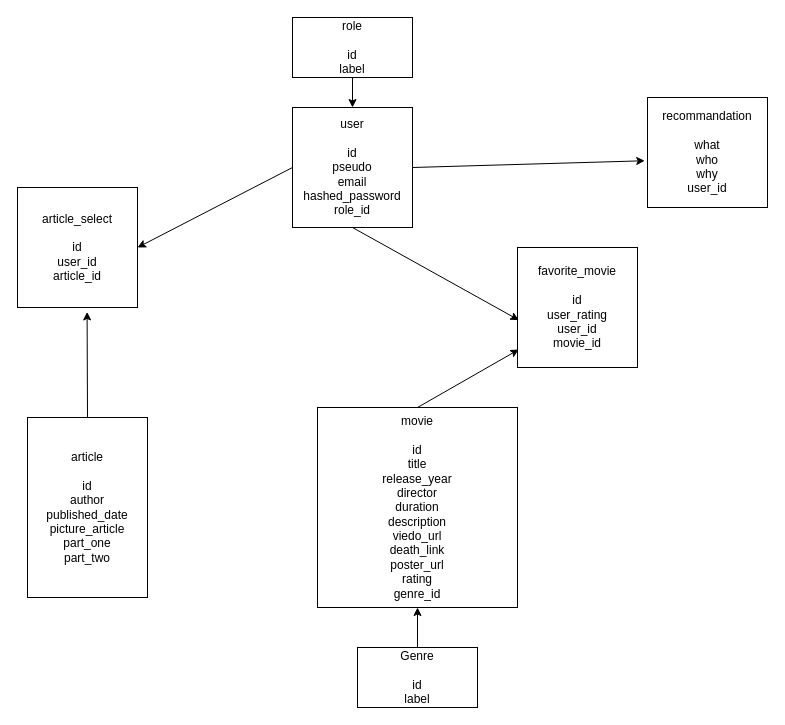
The draw.io diagram server/model/schema.dio in RomainVarra/RetroWild, before the edit. Source tidied: cells renumbered, new cells numbered last; positions are measured from the earlier drawing's top-left corner, leaving out a move shared by most shapes. Both pictures are drawn from the tidied source at 100%, with x=0, y=0 at pixel (17, 17).
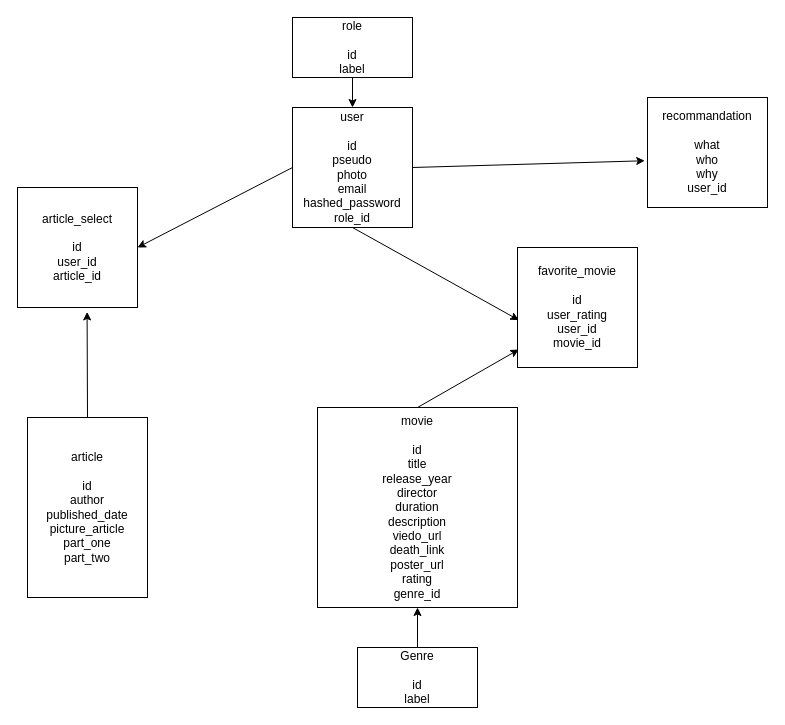
The same diagram, later.

The edit, as a diff of the source:
```diff
@@
 <mxGraphModel>
   <root>
     <mxCell id="0" />
     <mxCell id="1" parent="0" />
     <mxCell id="2" style="edgeStyle=none;html=1;exitX=0.5;exitY=1;exitDx=0;exitDy=0;entryX=0.5;entryY=0;entryDx=0;entryDy=0;" parent="1" edge="1" source="3" target="7">
       <mxGeometry relative="1" as="geometry" />
     </mxCell>
     <mxCell id="3" value="role&lt;br&gt;&lt;br&gt;id&lt;br&gt;label" style="rounded=0;whiteSpace=wrap;html=1;" parent="1" vertex="1">
       <mxGeometry x="275" width="120" height="60" as="geometry" />
     </mxCell>
     <mxCell id="4" style="edgeStyle=none;html=1;exitX=1;exitY=0.5;exitDx=0;exitDy=0;entryX=-0.023;entryY=0.575;entryDx=0;entryDy=0;entryPerimeter=0;" parent="1" edge="1" source="7" target="14">
       <mxGeometry relative="1" as="geometry" />
     </mxCell>
     <mxCell id="5" style="edgeStyle=none;html=1;exitX=0;exitY=0.5;exitDx=0;exitDy=0;entryX=1;entryY=0.5;entryDx=0;entryDy=0;" parent="1" edge="1" source="7" target="16">
       <mxGeometry relative="1" as="geometry" />
     </mxCell>
     <mxCell id="6" style="edgeStyle=none;html=1;exitX=0.5;exitY=1;exitDx=0;exitDy=0;entryX=0.011;entryY=0.605;entryDx=0;entryDy=0;entryPerimeter=0;" parent="1" edge="1" source="7" target="15">
       <mxGeometry relative="1" as="geometry" />
     </mxCell>
-    <mxCell id="7" value="user&lt;br&gt;&lt;br&gt;id&lt;br&gt;pseudo&lt;br&gt;email&lt;br&gt;hashed_password&lt;br&gt;role_id" style="rounded=0;whiteSpace=wrap;html=1;" parent="1" vertex="1">
+    <mxCell id="7" value="user&lt;br&gt;&lt;br&gt;id&lt;br&gt;pseudo&lt;br&gt;photo&lt;br&gt;email&lt;br&gt;hashed_password&lt;br&gt;role_id" style="rounded=0;whiteSpace=wrap;html=1;" parent="1" vertex="1">
       <mxGeometry x="275" y="90" width="120" height="120" as="geometry" />
     </mxCell>
     <mxCell id="8" style="edgeStyle=none;html=1;exitX=0.5;exitY=0;exitDx=0;exitDy=0;entryX=0.011;entryY=0.85;entryDx=0;entryDy=0;entryPerimeter=0;" parent="1" edge="1" source="9" target="15">
       <mxGeometry relative="1" as="geometry" />
     </mxCell>
     <mxCell id="9" value="movie&lt;br&gt;&lt;br&gt;id&lt;br&gt;title&lt;br&gt;release_year&lt;br&gt;director&lt;br&gt;duration&lt;br&gt;description&lt;br&gt;viedo_url&lt;br&gt;death_link&lt;br&gt;poster_url&lt;br&gt;rating&lt;br&gt;genre_id" style="whiteSpace=wrap;html=1;" parent="1" vertex="1">
       <mxGeometry x="300" y="390" width="200" height="200" as="geometry" />
     </mxCell>
     <mxCell id="10" style="edgeStyle=none;html=1;exitX=0.5;exitY=0;exitDx=0;exitDy=0;entryX=0.5;entryY=1;entryDx=0;entryDy=0;" parent="1" edge="1" source="11" target="9">
       <mxGeometry relative="1" as="geometry" />
     </mxCell>
     <mxCell id="11" value="Genre&lt;br&gt;&lt;br&gt;id&lt;br&gt;label" style="rounded=0;whiteSpace=wrap;html=1;" parent="1" vertex="1">
       <mxGeometry x="340" y="630" width="120" height="60" as="geometry" />
     </mxCell>
     <mxCell id="12" style="edgeStyle=none;html=1;exitX=0.5;exitY=0;exitDx=0;exitDy=0;entryX=0.58;entryY=1.037;entryDx=0;entryDy=0;entryPerimeter=0;" parent="1" edge="1" source="13" target="16">
       <mxGeometry relative="1" as="geometry" />
     </mxCell>
     <mxCell id="13" value="article&lt;br&gt;&lt;br&gt;id&lt;br&gt;author&lt;br&gt;published_date&lt;br&gt;picture_article&lt;br&gt;part_one&lt;br&gt;part_two" style="rounded=0;whiteSpace=wrap;html=1;" parent="1" vertex="1">
       <mxGeometry x="10" y="400" width="120" height="180" as="geometry" />
     </mxCell>
     <mxCell id="14" value="recommandation&lt;br&gt;&lt;br&gt;what&lt;br&gt;who&lt;br&gt;why&lt;br&gt;user_id" style="rounded=0;whiteSpace=wrap;html=1;" parent="1" vertex="1">
       <mxGeometry x="630" y="80" width="120" height="110" as="geometry" />
     </mxCell>
     <mxCell id="15" value="favorite_movie&lt;br&gt;&lt;br&gt;id&lt;br&gt;user_rating&lt;br&gt;user_id&lt;br&gt;movie_id" style="rounded=0;whiteSpace=wrap;html=1;" parent="1" vertex="1">
       <mxGeometry x="500" y="230" width="120" height="120" as="geometry" />
     </mxCell>
     <mxCell id="16" value="article_select&lt;br&gt;&lt;br&gt;id&lt;br&gt;user_id&lt;br&gt;article_id" style="rounded=0;whiteSpace=wrap;html=1;" parent="1" vertex="1">
       <mxGeometry y="170" width="120" height="120" as="geometry" />
     </mxCell>
   </root>
 </mxGraphModel>
```
